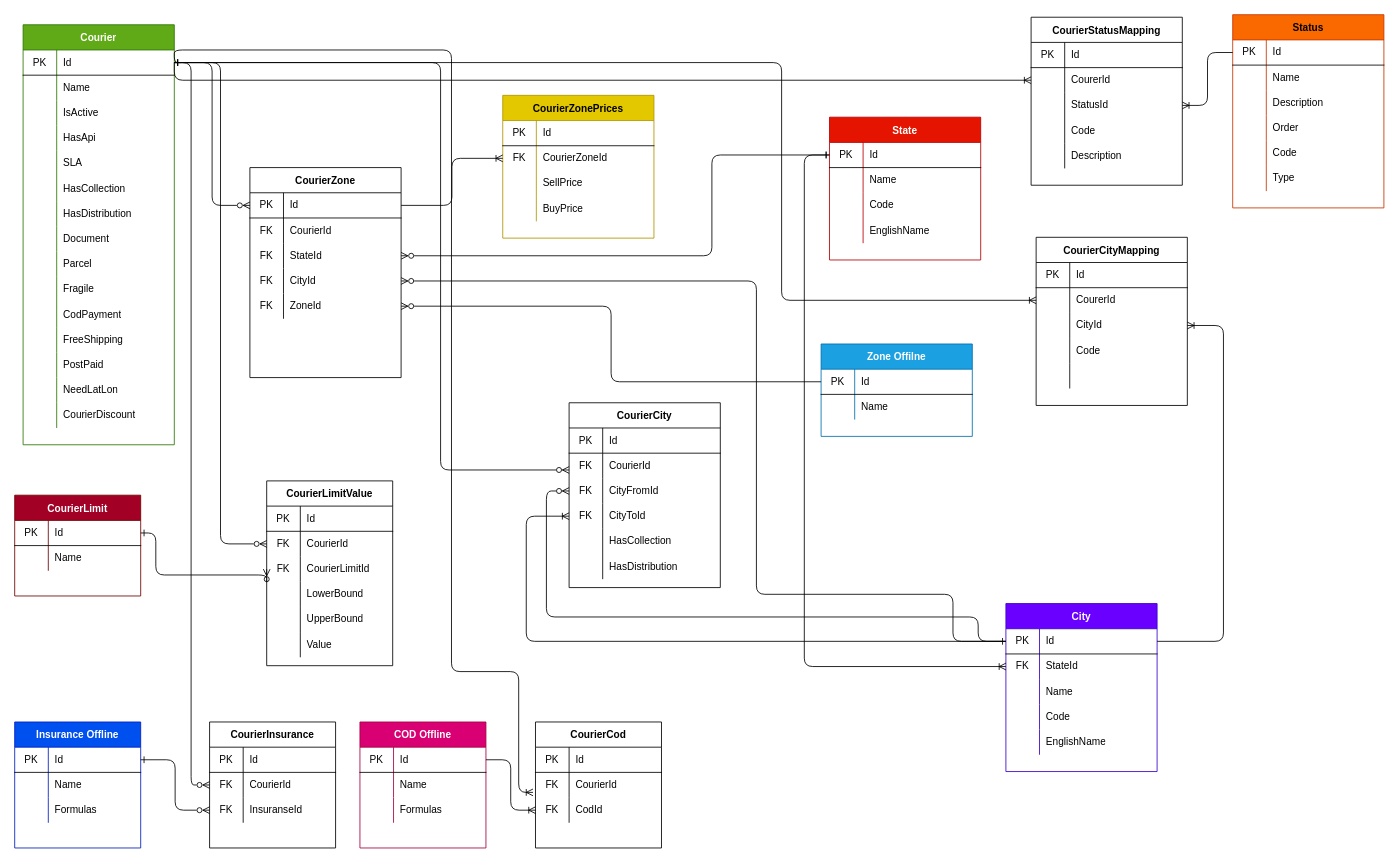
behrangaghili/Postex-Documents_Diagrams keeps this draw.io diagram as 02-Product-servise/Diagrams/Product.drawio. Above is the earlier version. Source tidied: cells renumbered, new cells numbered last; positions are measured from the earlier drawing's top-left corner, leaving out a move shared by most shapes. Both pictures are drawn from the tidied source at 84%, with x=0, y=0 at pixel (14, 14).
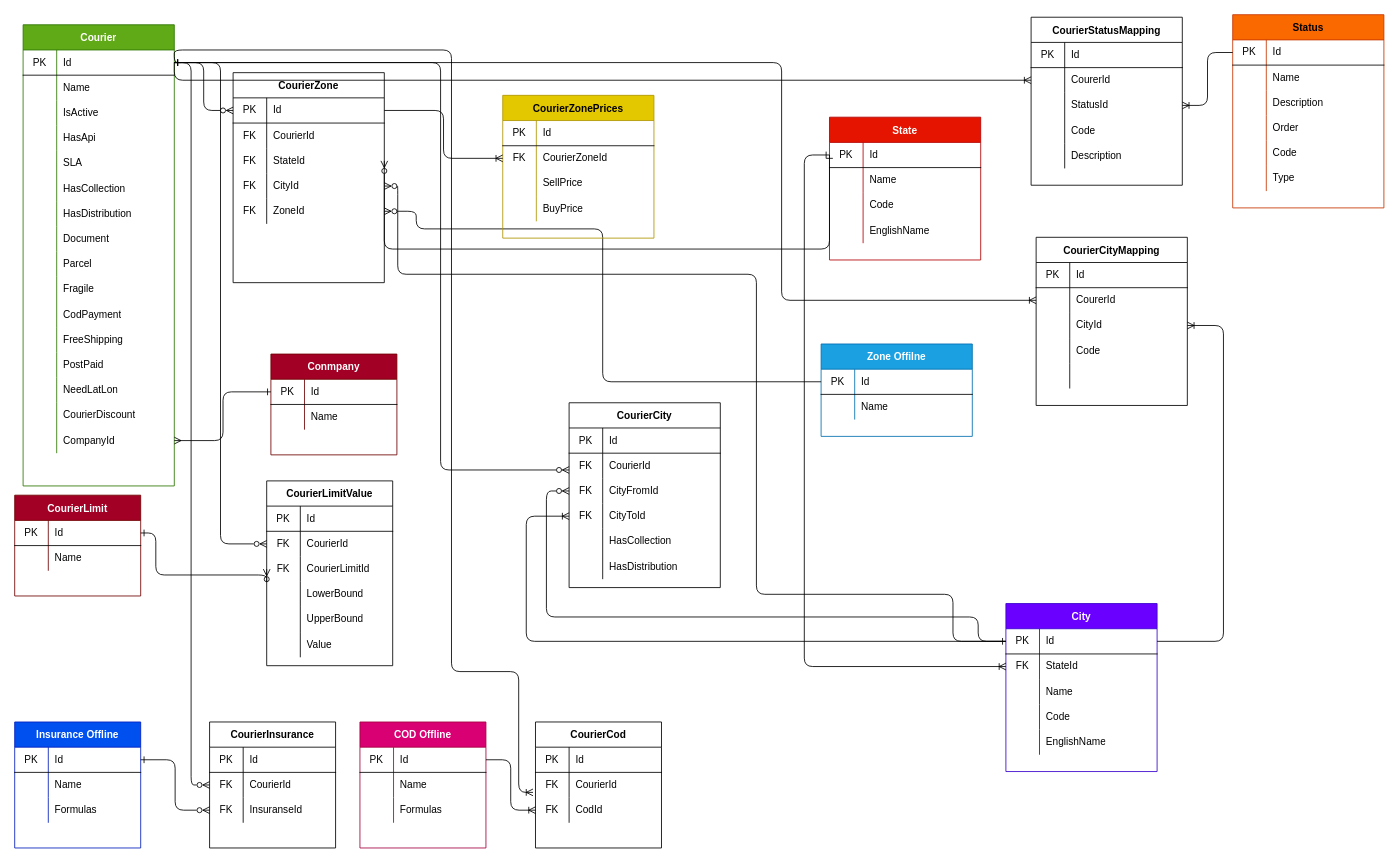
After the change.

Commit message (it also covers changes not shown here):
edit ERD and content product service

Unchanged cells that the change refers to:
```xml
<mxCell id="3" style="shape=partialRectangle;html=1;whiteSpace=wrap;fillColor=none;top=0;left=0;bottom=1;right=0;points=[[0,0.5],[1,0.5]];portConstraint=eastwest;" parent="2" vertex="1">
  <mxGeometry y="30" width="180" height="30" as="geometry" />
</mxCell>
<mxCell id="16" style="shape=partialRectangle;html=1;whiteSpace=wrap;fillColor=none;top=0;left=0;bottom=1;right=0;points=[[0,0.5],[1,0.5]];portConstraint=eastwest;" parent="15" vertex="1">
  <mxGeometry y="30" width="180" height="30" as="geometry" />
</mxCell>
<mxCell id="79" style="shape=partialRectangle;html=1;whiteSpace=wrap;fillColor=none;top=0;left=0;bottom=1;right=0;points=[[0,0.5],[1,0.5]];portConstraint=eastwest;" parent="78" vertex="1">
  <mxGeometry y="30" width="180" height="30" as="geometry" />
</mxCell>
<mxCell id="92" style="shape=partialRectangle;html=1;whiteSpace=wrap;fillColor=none;top=0;left=0;bottom=0;right=0;points=[[0,0.5],[1,0.5]];portConstraint=eastwest;" parent="85" vertex="1">
  <mxGeometry y="90" width="180" height="30" as="geometry" />
</mxCell>
<mxCell id="95" style="shape=partialRectangle;html=1;whiteSpace=wrap;fillColor=none;top=0;left=0;bottom=0;right=0;points=[[0,0.5],[1,0.5]];portConstraint=eastwest;" parent="85" vertex="1">
  <mxGeometry y="120" width="180" height="30" as="geometry" />
</mxCell>
<mxCell id="98" style="shape=partialRectangle;html=1;whiteSpace=wrap;fillColor=none;top=0;left=0;bottom=0;right=0;points=[[0,0.5],[1,0.5]];portConstraint=eastwest;" parent="85" vertex="1">
  <mxGeometry y="150" width="180" height="30" as="geometry" />
</mxCell>
```

Diff of the diagram source:
```diff
@@
     <mxCell id="32" value="Courier" style="shape=table;startSize=30;childLayout=tableLayout;rowLines=0;fontStyle=1;align=center;fillColor=#60a917;fontColor=#ffffff;strokeColor=#2D7600;" parent="1" vertex="1">
-      <mxGeometry x="10" y="12" width="180" height="500" as="geometry" />
+      <mxGeometry x="10" y="12" width="180" height="549" as="geometry" />
     </mxCell>
@@
+    <mxCell id="268" style="shape=partialRectangle;html=1;whiteSpace=wrap;fillColor=none;top=0;left=0;bottom=0;right=0;points=[[0,0.5],[1,0.5]];portConstraint=eastwest;" parent="32" vertex="1">
+      <mxGeometry y="480" width="180" height="30" as="geometry" />
+    </mxCell>
+    <mxCell id="269" style="shape=partialRectangle;html=1;whiteSpace=wrap;fillColor=none;top=0;left=0;bottom=0;right=0;overflow=hidden;" parent="268" vertex="1">
+      <mxGeometry width="40" height="30" as="geometry" />
+    </mxCell>
+    <mxCell id="270" value="CompanyId" style="shape=partialRectangle;html=1;whiteSpace=wrap;fillColor=none;top=0;left=0;bottom=0;right=0;align=left;spacingLeft=6;overflow=hidden;" parent="268" vertex="1">
+      <mxGeometry x="40" width="140" height="30" as="geometry" />
+    </mxCell>
@@
     <mxCell id="85" value="CourierZone" style="shape=table;startSize=30;childLayout=tableLayout;rowLines=0;fontStyle=1;align=center;fillColor=none;" parent="1" vertex="1">
-      <mxGeometry x="280" y="182" width="180" height="250" as="geometry" />
+      <mxGeometry x="260" y="69" width="180" height="250" as="geometry" />
     </mxCell>
@@
-    <mxCell id="101" style="html=1;exitX=0;exitY=0.5;exitDx=0;exitDy=0;entryX=1;entryY=0.5;entryDx=0;entryDy=0;endArrow=ERzeroToMany;endFill=0;edgeStyle=elbowEdgeStyle;startArrow=ERone;startFill=0;fillColor=none;" parent="1" edge="1" source="3" target="92">
+    <mxCell id="101" style="html=1;exitX=0;exitY=0.5;exitDx=0;exitDy=0;endArrow=ERzeroToMany;endFill=0;edgeStyle=elbowEdgeStyle;startArrow=ERone;startFill=0;fillColor=none;entryX=1;entryY=0.5;entryDx=0;entryDy=0;" parent="1" edge="1" source="3" target="92">
       <mxGeometry relative="1" as="geometry">
         <Array as="points">
+          <mxPoint x="721" y="279" />
+          <mxPoint x="868" y="272" />
+          <mxPoint x="454" y="272" />
           <mxPoint x="830" y="272" />
         </Array>
       </mxGeometry>
     </mxCell>
     <mxCell id="102" style="edgeStyle=orthogonalEdgeStyle;html=1;exitX=0;exitY=0.5;exitDx=0;exitDy=0;entryX=1;entryY=0.5;entryDx=0;entryDy=0;endArrow=ERzeroToMany;endFill=0;fillColor=none;" parent="1" edge="1" source="16" target="95">
       <mxGeometry relative="1" as="geometry">
         <Array as="points">
           <mxPoint x="1117" y="746" />
           <mxPoint x="1117" y="690" />
           <mxPoint x="883" y="690" />
-          <mxPoint x="883" y="317" />
+          <mxPoint x="883" y="309" />
+          <mxPoint x="456" y="309" />
+          <mxPoint x="456" y="204" />
         </Array>
       </mxGeometry>
     </mxCell>
@@
     <mxCell id="104" style="edgeStyle=orthogonalEdgeStyle;html=1;exitX=0;exitY=0.5;exitDx=0;exitDy=0;entryX=1;entryY=0.5;entryDx=0;entryDy=0;endArrow=ERzeroToMany;endFill=0;fillColor=none;" parent="1" edge="1" source="79" target="98">
-      <mxGeometry relative="1" as="geometry" />
+      <mxGeometry relative="1" as="geometry">
+        <Array as="points">
+          <mxPoint x="700" y="437" />
+          <mxPoint x="700" y="255" />
+          <mxPoint x="478" y="255" />
+          <mxPoint x="478" y="234" />
+        </Array>
+      </mxGeometry>
     </mxCell>
@@
+    <mxCell id="271" value="Conmpany" style="shape=table;startSize=30;childLayout=tableLayout;rowLines=0;fontStyle=1;align=center;fillColor=#a20025;fontColor=#ffffff;strokeColor=#6F0000;" parent="1" vertex="1">
+      <mxGeometry x="305" y="404" width="150" height="120" as="geometry" />
+    </mxCell>
+    <mxCell id="272" style="shape=partialRectangle;html=1;whiteSpace=wrap;fillColor=none;top=0;left=0;bottom=1;right=0;points=[[0,0.5],[1,0.5]];portConstraint=eastwest;" parent="271" vertex="1">
+      <mxGeometry y="30" width="150" height="30" as="geometry" />
+    </mxCell>
+    <mxCell id="273" value="PK" style="shape=partialRectangle;html=1;whiteSpace=wrap;fillColor=none;top=0;left=0;bottom=0;right=0;overflow=hidden;" parent="272" vertex="1">
+      <mxGeometry width="40" height="30" as="geometry" />
+    </mxCell>
+    <mxCell id="274" value="Id" style="shape=partialRectangle;html=1;whiteSpace=wrap;fillColor=none;top=0;left=0;bottom=0;right=0;align=left;spacingLeft=6;overflow=hidden;" parent="272" vertex="1">
+      <mxGeometry x="40" width="110" height="30" as="geometry" />
+    </mxCell>
+    <mxCell id="275" style="shape=partialRectangle;html=1;whiteSpace=wrap;fillColor=none;top=0;left=0;bottom=0;right=0;" parent="271" vertex="1">
+      <mxGeometry y="60" width="150" height="30" as="geometry" />
+    </mxCell>
+    <mxCell id="276" style="shape=partialRectangle;html=1;whiteSpace=wrap;fillColor=none;top=0;left=0;bottom=0;right=0;overflow=hidden;" parent="275" vertex="1">
+      <mxGeometry width="40" height="30" as="geometry" />
+    </mxCell>
+    <mxCell id="277" value="Name" style="shape=partialRectangle;html=1;whiteSpace=wrap;fillColor=none;top=0;left=0;bottom=0;right=0;align=left;spacingLeft=6;overflow=hidden;" parent="275" vertex="1">
+      <mxGeometry x="40" width="110" height="30" as="geometry" />
+    </mxCell>
+    <mxCell id="278" style="edgeStyle=elbowEdgeStyle;html=1;exitX=0;exitY=0.5;exitDx=0;exitDy=0;entryX=1;entryY=0.5;entryDx=0;entryDy=0;startArrow=ERone;startFill=0;endArrow=ERmany;endFill=0;" parent="1" edge="1" source="272" target="268">
+      <mxGeometry relative="1" as="geometry" />
+    </mxCell>
```
